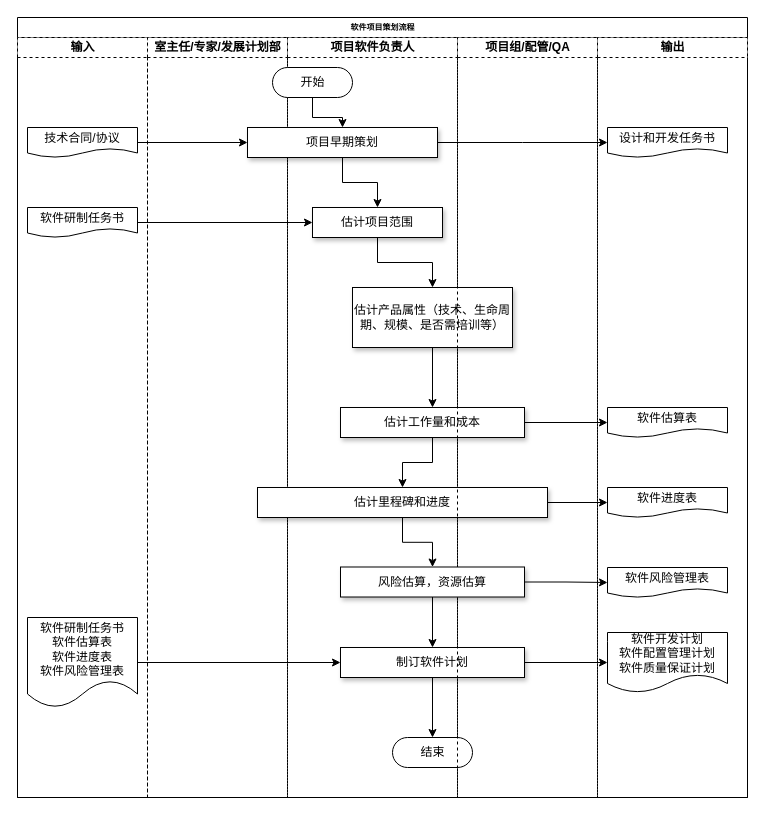
Before: 国军标5000A-文审-项目策划过程域2.drawio in ColonelDarcy2018/excelsior, a draw.io diagram. Source tidied: cells renumbered, new cells numbered last; positions are measured from the earlier drawing's top-left corner, leaving out a move shared by most shapes. Both pictures are drawn from the tidied source at 100%, with x=0, y=0 at pixel (17, 17).
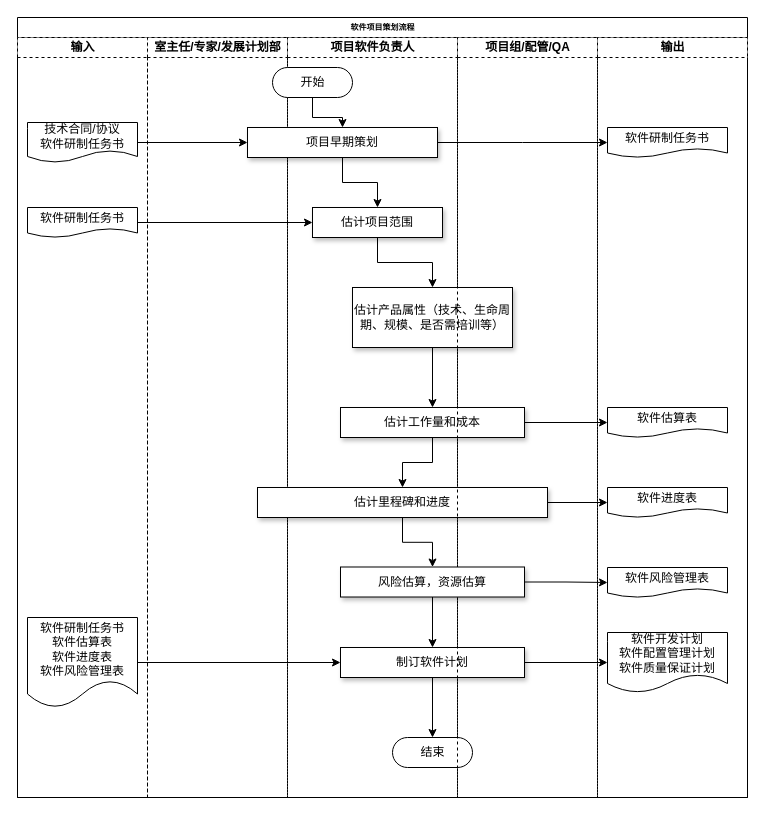
After the change.

Commit message:
Update 国军标5000A-文审-项目策划过程域2.drawio

Unchanged cells that the change refers to:
```xml
<mxCell id="3" value="输入" style="swimlane;html=1;startSize=20;dashed=1;" parent="2" vertex="1">
  <mxGeometry y="20" width="130" height="760" as="geometry" />
</mxCell>
<mxCell id="26" value="输出" style="swimlane;html=1;startSize=20;dashed=1;" parent="2" vertex="1">
  <mxGeometry x="580" y="20" width="150" height="760" as="geometry" />
</mxCell>
```

The edit, as a diff of the source:
```diff
@@
-    <mxCell id="4" value="技术合同/协议" style="shape=document;whiteSpace=wrap;html=1;boundedLbl=1;fontSize=12;" parent="3" vertex="1">
-      <mxGeometry x="10" y="90" width="110" height="30" as="geometry" />
+    <mxCell id="4" value="技术合同/协议&lt;br&gt;软件研制任务书" style="shape=document;whiteSpace=wrap;html=1;boundedLbl=1;fontSize=12;" parent="3" vertex="1">
+      <mxGeometry x="10" y="85" width="110" height="40" as="geometry" />
     </mxCell>
@@
-    <mxCell id="27" value="设计和开发任务书" style="shape=document;whiteSpace=wrap;html=1;boundedLbl=1;fontSize=12;" parent="26" vertex="1">
+    <mxCell id="27" value="软件研制任务书" style="shape=document;whiteSpace=wrap;html=1;boundedLbl=1;fontSize=12;" parent="26" vertex="1">
       <mxGeometry x="10" y="90" width="120" height="30" as="geometry" />
     </mxCell>
```
